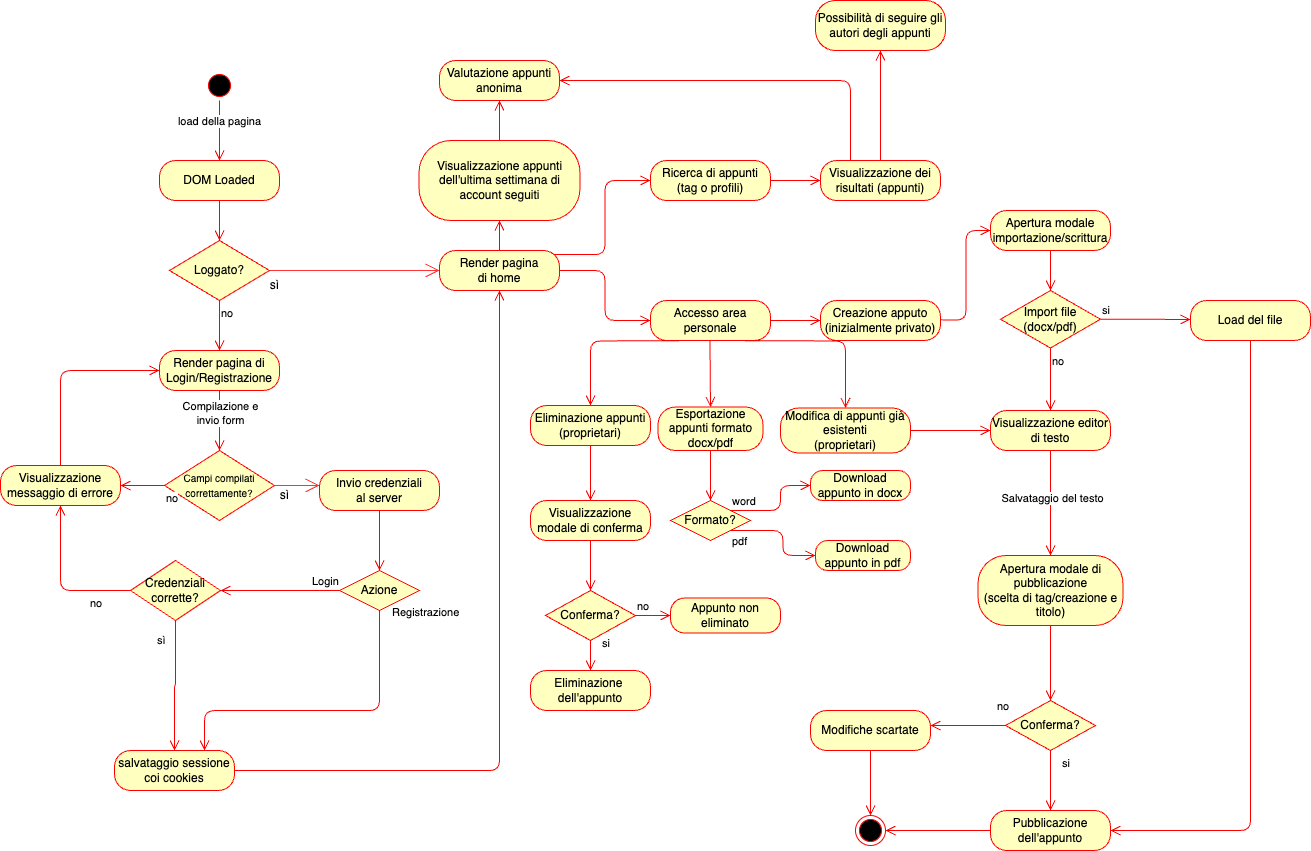
This is assets/schemas/diagrams/SchemaStato.drawio.png from AngeloRipamonti/5C_RipamontiAvvedutoKotisCinquetti_PortaleAppunti, a draw.io export, as it was before one commit. Source tidied: cells renumbered, new cells last; positions are measured from the earlier drawing's top-left corner, leaving out a move shared by most shapes.
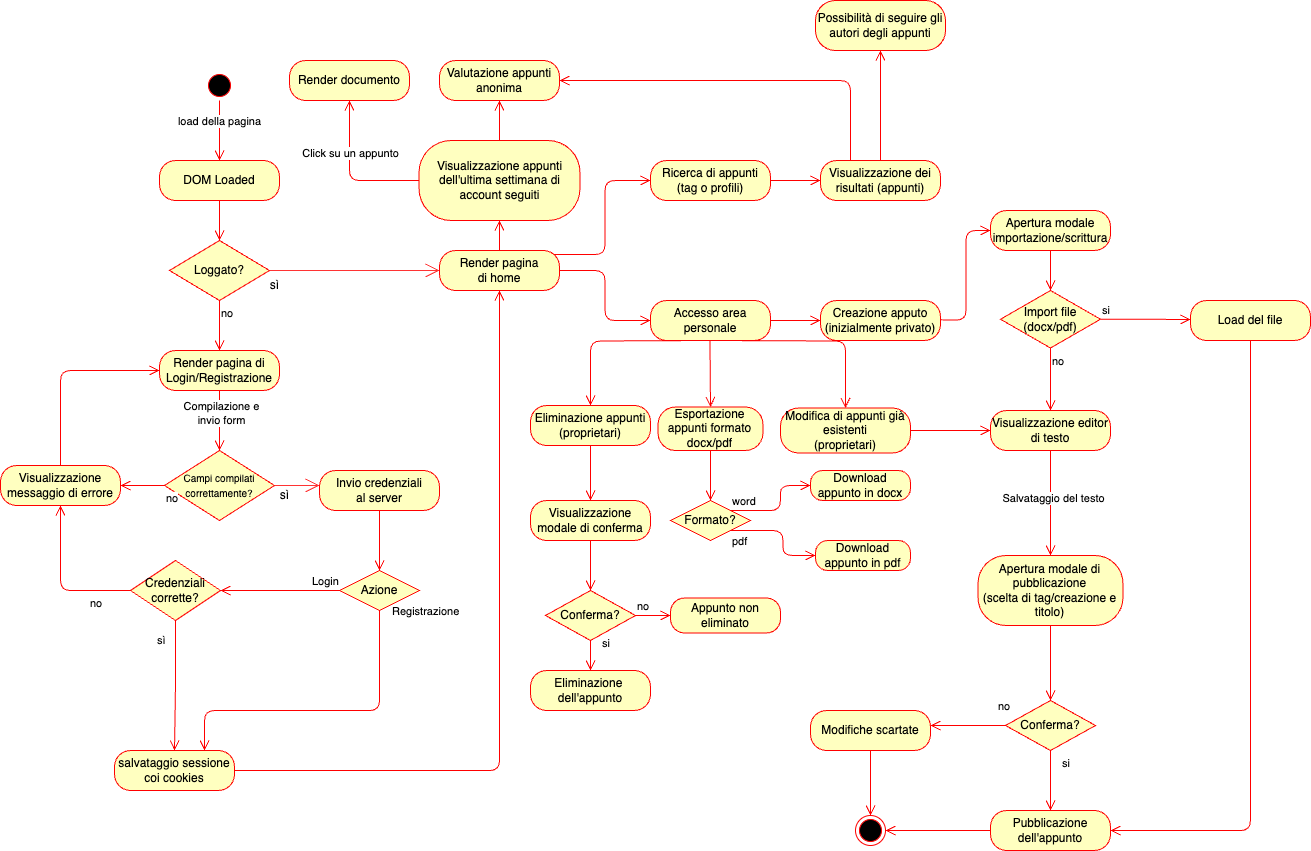
After the commit.

Change to the diagram source:
```diff
@@ -308,5 +308,14 @@
     <mxCell id="86" value="pdf" style="edgeStyle=orthogonalEdgeStyle;html=1;align=left;verticalAlign=bottom;endArrow=open;endSize=8;strokeColor=#ff0000;exitX=1;exitY=1;exitDx=0;exitDy=0;entryX=0;entryY=0.5;entryDx=0;entryDy=0;" parent="1" edge="1" source="82" target="85">
       <mxGeometry x="-1" y="-20" relative="1" as="geometry" />
     </mxCell>
+    <mxCell id="87" value="Render documento" style="rounded=1;whiteSpace=wrap;html=1;arcSize=40;fontColor=#000000;fillColor=#ffffc0;strokeColor=#ff0000;" parent="1" vertex="1">
+      <mxGeometry x="289" y="60" width="120" height="40" as="geometry" />
+    </mxCell>
+    <mxCell id="88" style="edgeStyle=orthogonalEdgeStyle;html=1;verticalAlign=bottom;endArrow=open;endSize=8;strokeColor=#ff0000;exitX=0;exitY=0.5;exitDx=0;exitDy=0;entryX=0.5;entryY=1;entryDx=0;entryDy=0;" parent="1" edge="1" source="31" target="87">
+      <mxGeometry relative="1" as="geometry" />
+    </mxCell>
+    <mxCell id="89" value="Click su un appunto" style="edgeLabel;html=1;align=center;verticalAlign=middle;" parent="88" vertex="1">
+      <mxGeometry x="0.31" relative="1" as="geometry" />
+    </mxCell>
   </root>
 </mxGraphModel>
```
